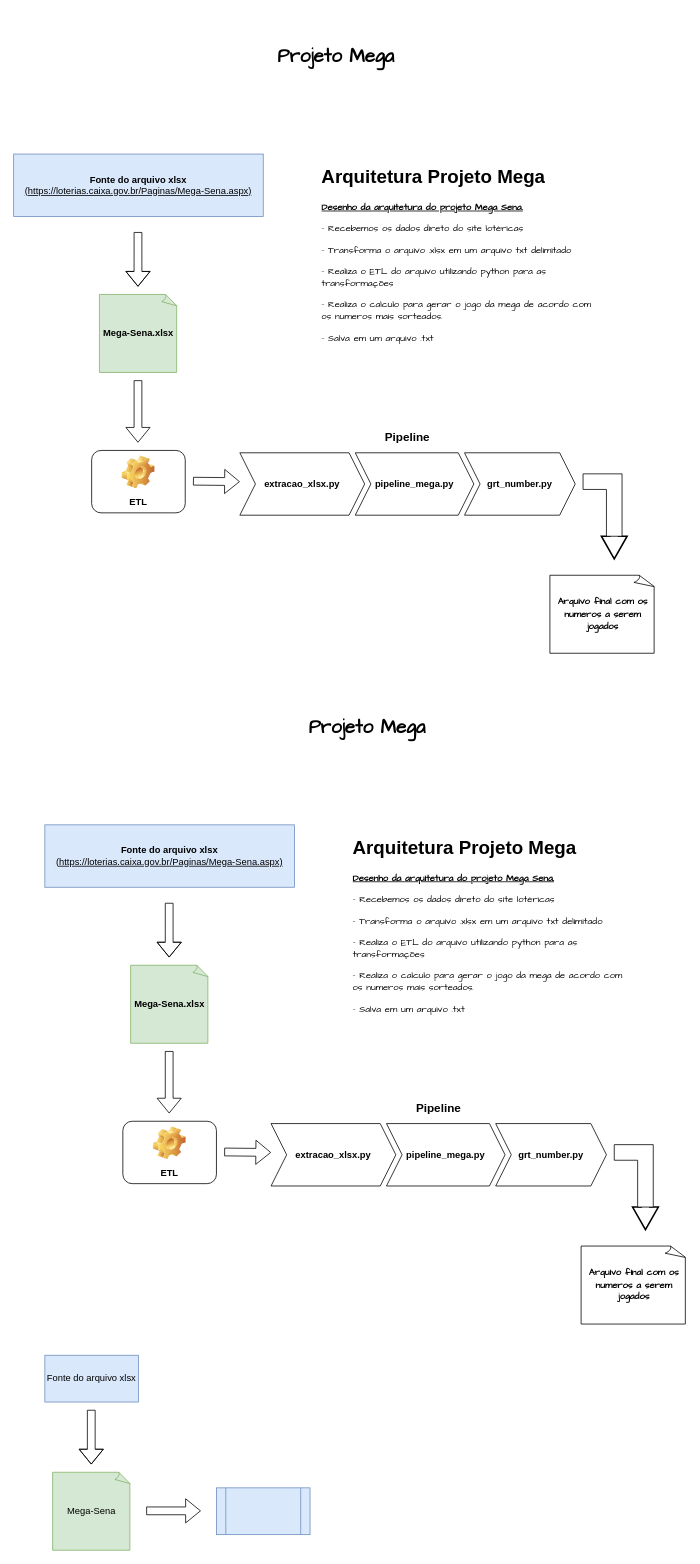
The draw.io diagram docs/Diagrama sem nome.drawio in RafaellSanchez/RepoMega-DataPipeline, before the edit. Source tidied: cells renumbered, new cells numbered last; positions are measured from the earlier drawing's top-left corner, leaving out a move shared by most shapes. Both pictures are drawn from the tidied source at 78%, with x=0, y=0 at pixel (13, 13).
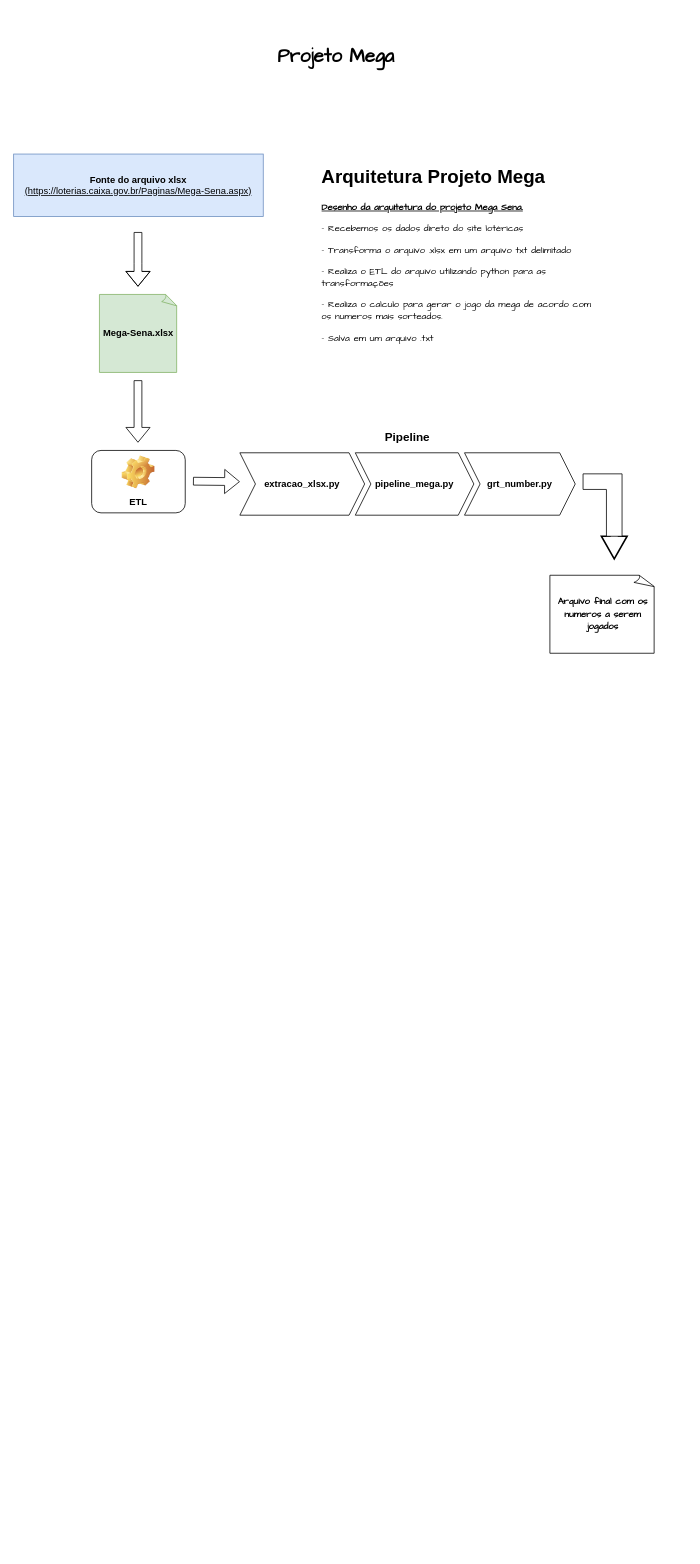
After the change.

Change to the diagram source:
```diff
@@
-    <mxCell id="17" value="&lt;div&gt;&lt;b&gt;Fonte do arquivo xlsx&lt;/b&gt;&lt;/div&gt;&lt;div&gt;&lt;u&gt;(https://loterias.caixa.gov.br/Paginas/Mega-Sena.aspx)&lt;/u&gt;&lt;br&gt;&lt;/div&gt;" style="rounded=0;whiteSpace=wrap;html=1;fillColor=#dae8fc;strokeColor=#6c8ebf;" parent="1" vertex="1">
-      <mxGeometry x="40" y="1040" width="320" height="80" as="geometry" />
-    </mxCell>
-    <mxCell id="18" style="endArrow=classic;html=1;rounded=0;shape=flexArrow;" parent="1" edge="1">
-      <mxGeometry relative="1" as="geometry">
-        <mxPoint x="199.4" y="1140" as="sourcePoint" />
-        <mxPoint x="199.4" y="1210" as="targetPoint" />
-        <Array as="points">
-          <mxPoint x="199.4" y="1180" />
-        </Array>
-      </mxGeometry>
-    </mxCell>
-    <mxCell id="19" value="&lt;b&gt;Mega-Sena.xlsx&lt;/b&gt;" style="whiteSpace=wrap;html=1;shape=mxgraph.basic.document;fillColor=#d5e8d4;strokeColor=#82b366;" parent="1" vertex="1">
-      <mxGeometry x="150" y="1220" width="100" height="100" as="geometry" />
-    </mxCell>
-    <mxCell id="20" style="endArrow=classic;html=1;rounded=0;shape=flexArrow;" parent="1" edge="1">
-      <mxGeometry relative="1" as="geometry">
-        <mxPoint x="199.4" y="1330" as="sourcePoint" />
-        <mxPoint x="199.4" y="1410" as="targetPoint" />
-      </mxGeometry>
-    </mxCell>
-    <mxCell id="21" value="ETL" style="label;whiteSpace=wrap;html=1;align=center;verticalAlign=bottom;spacingLeft=0;spacingBottom=4;imageAlign=center;imageVerticalAlign=top;image=img/clipart/Gear_128x128.png;" parent="1" vertex="1">
-      <mxGeometry x="140" y="1420" width="120" height="80" as="geometry" />
-    </mxCell>
-    <mxCell id="22" style="endArrow=classic;html=1;rounded=0;shape=flexArrow;" parent="1" edge="1">
-      <mxGeometry relative="1" as="geometry">
-        <mxPoint x="270" y="1459.4" as="sourcePoint" />
-        <mxPoint x="330" y="1460" as="targetPoint" />
-      </mxGeometry>
-    </mxCell>
-    <mxCell id="23" value="&lt;b&gt;&lt;font style=&quot;font-size: 15px;&quot;&gt;Pipeline&lt;/font&gt;&lt;/b&gt;" style="swimlane;horizontal=1;fillColor=none;strokeColor=none;stackBorder=10;align=center;whiteSpace=wrap;html=1;startSize=23;" parent="1" vertex="1">
-      <mxGeometry x="320" y="1390" width="450" height="123" as="geometry" />
-    </mxCell>
-    <mxCell id="24" value="&lt;b&gt;extracao_xlsx.py&lt;/b&gt;" style="shape=step;perimeter=stepPerimeter;fixedSize=1;whiteSpace=wrap;html=1;" parent="23" vertex="1">
-      <mxGeometry x="10" y="33" width="160" height="80" as="geometry" />
-    </mxCell>
-    <mxCell id="25" value="&lt;b&gt;pipeline_mega.py&lt;/b&gt;" style="shape=step;perimeter=stepPerimeter;fixedSize=1;whiteSpace=wrap;html=1;" parent="23" vertex="1">
-      <mxGeometry x="158" y="33" width="152" height="80" as="geometry" />
-    </mxCell>
-    <mxCell id="26" value="&lt;b&gt;grt_number.py&lt;/b&gt;" style="shape=step;perimeter=stepPerimeter;fixedSize=1;whiteSpace=wrap;html=1;" parent="23" vertex="1">
-      <mxGeometry x="298" y="33" width="142" height="80" as="geometry" />
-    </mxCell>
-    <mxCell id="27" style="endArrow=classic;html=1;rounded=0;shape=flexArrow;endSize=9;startSize=8;targetPerimeterSpacing=0;strokeWidth=2;" parent="1" edge="1">
-      <mxGeometry relative="1" as="geometry">
-        <mxPoint x="810" y="1470" as="sourcePoint" />
-        <mxPoint x="810" y="1560" as="targetPoint" />
-      </mxGeometry>
-    </mxCell>
-    <mxCell id="28" style="shape=corner;whiteSpace=wrap;html=1;rotation=90;" parent="1" vertex="1">
-      <mxGeometry x="755" y="1465" width="80" height="50" as="geometry" />
-    </mxCell>
-    <mxCell id="29" value="&lt;h1&gt;Arquitetura Projeto Mega&lt;br&gt;&lt;/h1&gt;&lt;p&gt;&lt;b&gt;&lt;font face=&quot;Comic Sans MS&quot;&gt;&lt;u&gt;Desenho da arquitetura do projeto Mega Sena.&lt;/u&gt;&lt;/font&gt;&lt;/b&gt;&lt;/p&gt;&lt;p&gt;&lt;font face=&quot;Comic Sans MS&quot;&gt;- Recebemos os dados direto do site lotéricas&lt;/font&gt;&lt;/p&gt;&lt;p&gt;&lt;font face=&quot;Comic Sans MS&quot;&gt;- Transforma o arquivo .xlsx em um arquivo txt delimitado&lt;/font&gt;&lt;/p&gt;&lt;p&gt;&lt;font face=&quot;Comic Sans MS&quot;&gt;- Realiza o ETL do arquivo utilizando python para as transformações&lt;/font&gt;&lt;/p&gt;&lt;p&gt;&lt;font face=&quot;Comic Sans MS&quot;&gt;- Realiza o calculo para gerar o jogo da mega de acordo com os numeros mais sorteados.&lt;/font&gt;&lt;/p&gt;&lt;p&gt;&lt;font face=&quot;Comic Sans MS&quot;&gt;- Salva em um arquivo .txt &lt;/font&gt;&lt;br&gt;&lt;/p&gt;&lt;p&gt;&lt;br&gt;&lt;/p&gt;" style="text;html=1;strokeColor=none;fillColor=default;spacing=5;spacingTop=-20;whiteSpace=wrap;overflow=hidden;rounded=0;" parent="1" vertex="1">
-      <mxGeometry x="430" y="1050" width="356" height="250" as="geometry" />
-    </mxCell>
-    <mxCell id="30" value="&lt;h1&gt;&lt;font face=&quot;Comic Sans MS&quot;&gt;Projeto Mega&lt;/font&gt;&lt;/h1&gt;" style="text;html=1;strokeColor=none;fillColor=none;align=center;verticalAlign=middle;whiteSpace=wrap;rounded=0;" parent="1" vertex="1">
-      <mxGeometry x="243" y="860" width="421" height="110" as="geometry" />
-    </mxCell>
-    <mxCell id="31" value="&lt;b&gt;&lt;font face=&quot;Comic Sans MS&quot;&gt;Arquivo final com os numeros a serem jogados&lt;/font&gt;&lt;/b&gt;" style="whiteSpace=wrap;html=1;shape=mxgraph.basic.document;" parent="1" vertex="1">
-      <mxGeometry x="727.5" y="1580" width="135" height="100" as="geometry" />
-    </mxCell>
-    <mxCell id="32" value="&lt;div&gt;Fonte do arquivo xlsx&lt;/div&gt;" style="rounded=0;whiteSpace=wrap;html=1;fillColor=#dae8fc;strokeColor=#6c8ebf;" parent="1" vertex="1">
-      <mxGeometry x="40" y="1720" width="120" height="60" as="geometry" />
-    </mxCell>
-    <mxCell id="33" style="endArrow=classic;html=1;rounded=0;shape=flexArrow;" parent="1" edge="1">
-      <mxGeometry relative="1" as="geometry">
-        <mxPoint x="99.5" y="1790" as="sourcePoint" />
-        <mxPoint x="99.5" y="1860" as="targetPoint" />
-        <Array as="points">
-          <mxPoint x="99.5" y="1830" />
-        </Array>
-      </mxGeometry>
-    </mxCell>
-    <mxCell id="34" value="Mega-Sena" style="whiteSpace=wrap;html=1;shape=mxgraph.basic.document;fillColor=#d5e8d4;strokeColor=#82b366;" parent="1" vertex="1">
-      <mxGeometry x="50" y="1870" width="100" height="100" as="geometry" />
-    </mxCell>
-    <mxCell id="35" style="endArrow=classic;html=1;rounded=0;shape=flexArrow;" parent="1" edge="1">
-      <mxGeometry relative="1" as="geometry">
-        <mxPoint x="170" y="1919.5" as="sourcePoint" />
-        <mxPoint x="240" y="1919.5" as="targetPoint" />
-      </mxGeometry>
-    </mxCell>
-    <mxCell id="36" style="shape=process;whiteSpace=wrap;html=1;backgroundOutline=1;fillColor=#dae8fc;strokeColor=#6c8ebf;" parent="1" vertex="1">
-      <mxGeometry x="260" y="1890" width="120" height="60" as="geometry" />
-    </mxCell>
```
